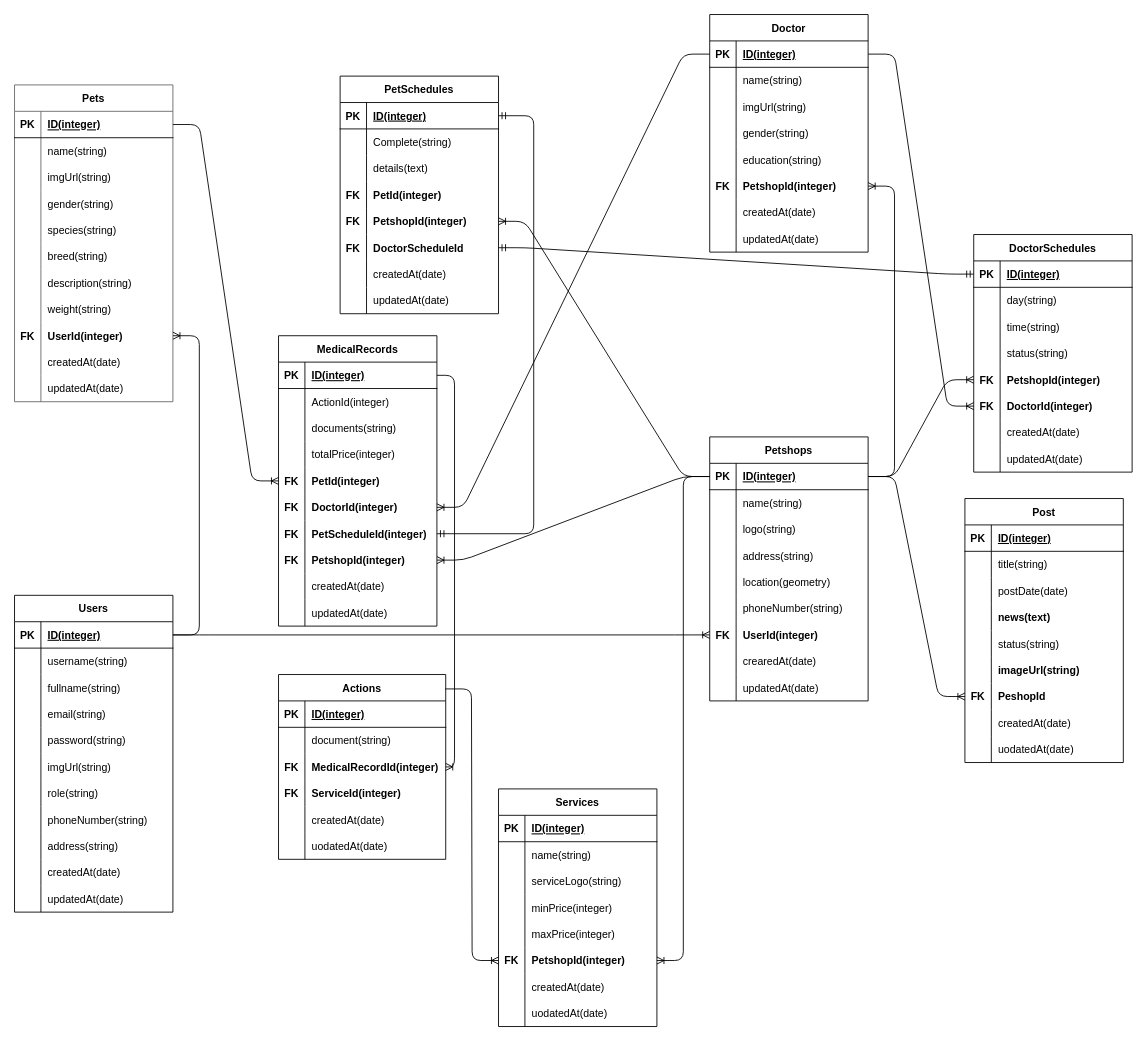
This is petPlus.drawio from Pet-Plus-Hackiv8/fsjs-t1-final-server, a draw.io file, before an edit. Source tidied: cells renumbered, new cells numbered last; positions are measured from the earlier drawing's top-left corner, leaving out a move shared by most shapes. Both pictures are drawn from the tidied source at 88%, with x=0, y=0 at pixel (14, 14).
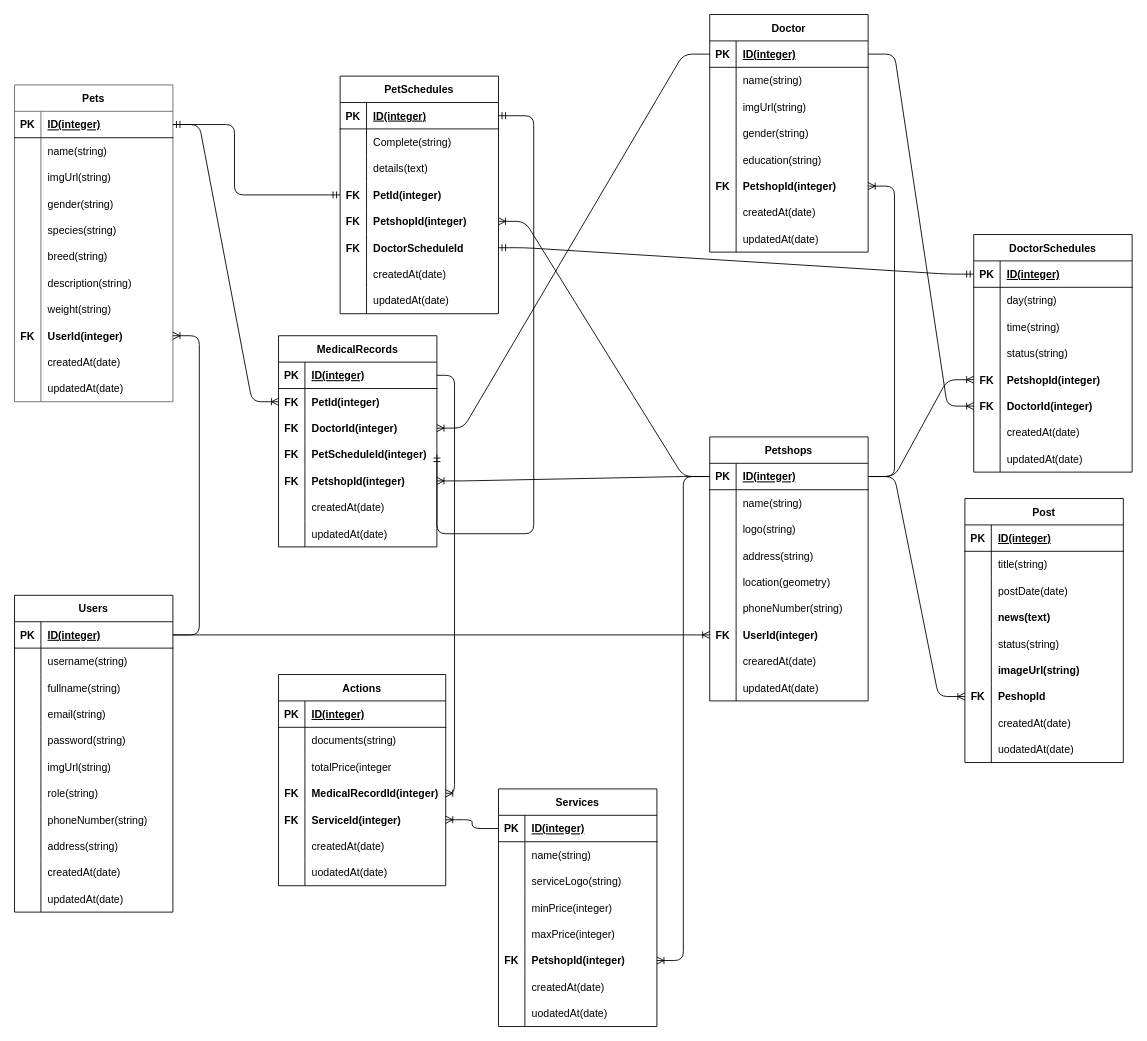
The same diagram, later.

Commit message (it also covers changes not shown here):
edited ERD and planned endpoints

The change refers to these unchanged cells:
```xml
<mxCell id="37" style="shape=tableRow;horizontal=0;startSize=0;swimlaneHead=0;swimlaneBody=0;fillColor=none;points=[[0,0.5],[1,0.5]];portConstraint=eastwest;top=0;left=0;right=0;bottom=1;" parent="36" vertex="1">
  <mxGeometry y="30" width="180" height="30" as="geometry" />
</mxCell>
<mxCell id="133" style="shape=tableRow;horizontal=0;startSize=0;swimlaneHead=0;swimlaneBody=0;fillColor=none;points=[[0,0.5],[1,0.5]];portConstraint=eastwest;top=0;left=0;right=0;bottom=0;" parent="123" vertex="1">
  <mxGeometry y="120" width="180" height="30" as="geometry" />
</mxCell>
<mxCell id="180" style="shape=tableRow;horizontal=0;startSize=0;swimlaneHead=0;swimlaneBody=0;fillColor=none;points=[[0,0.5],[1,0.5]];portConstraint=eastwest;top=0;left=0;right=0;bottom=1;" parent="179" vertex="1">
  <mxGeometry y="30" width="180" height="30" as="geometry" />
</mxCell>
<mxCell id="195" style="shape=tableRow;horizontal=0;startSize=0;swimlaneHead=0;swimlaneBody=0;fillColor=none;points=[[0,0.5],[1,0.5]];portConstraint=eastwest;top=0;left=0;right=0;bottom=0;" parent="179" vertex="1">
  <mxGeometry y="180" width="180" height="30" as="geometry" />
</mxCell>
<mxCell id="273" style="shape=tableRow;horizontal=0;startSize=0;swimlaneHead=0;swimlaneBody=0;fillColor=none;top=0;left=0;right=0;bottom=0;" parent="269" vertex="1">
  <mxGeometry y="60" width="190" height="30" as="geometry" />
</mxCell>
```

Change to the diagram source:
```diff
@@
     <mxCell id="148" value="MedicalRecords" style="shape=table;startSize=30;childLayout=tableLayout;rowLines=0;fontStyle=1;align=center;" parent="1" vertex="1">
-      <mxGeometry x="300" y="365" width="180" height="330" as="geometry" />
+      <mxGeometry x="300" y="365" width="180" height="240" as="geometry" />
     </mxCell>
@@
-    <mxCell id="152" style="shape=tableRow;horizontal=0;startSize=0;swimlaneHead=0;swimlaneBody=0;fillColor=none;top=0;left=0;right=0;bottom=0;" parent="148" vertex="1">
-      <mxGeometry y="60" width="180" height="30" as="geometry" />
-    </mxCell>
-    <mxCell id="153" style="shape=partialRectangle;fillColor=none;top=0;left=0;bottom=0;right=0;overflow=hidden;" parent="152" vertex="1">
-      <mxGeometry width="30" height="30" as="geometry" />
-    </mxCell>
-    <mxCell id="154" value="ActionId(integer)" style="shape=partialRectangle;fillColor=none;top=0;left=0;bottom=0;right=0;align=left;spacingLeft=6;overflow=hidden;" parent="152" vertex="1">
-      <mxGeometry x="30" width="150" height="30" as="geometry" />
-    </mxCell>
-    <mxCell id="155" style="shape=tableRow;horizontal=0;startSize=0;swimlaneHead=0;swimlaneBody=0;fillColor=none;top=0;left=0;right=0;bottom=0;" parent="148" vertex="1">
-      <mxGeometry y="90" width="180" height="30" as="geometry" />
-    </mxCell>
-    <mxCell id="156" style="shape=partialRectangle;fillColor=none;top=0;left=0;bottom=0;right=0;overflow=hidden;" parent="155" vertex="1">
-      <mxGeometry width="30" height="30" as="geometry" />
-    </mxCell>
-    <mxCell id="157" value="documents(string)" style="shape=partialRectangle;fillColor=none;top=0;left=0;bottom=0;right=0;align=left;spacingLeft=6;overflow=hidden;" parent="155" vertex="1">
-      <mxGeometry x="30" width="150" height="30" as="geometry" />
-    </mxCell>
-    <mxCell id="158" style="shape=tableRow;horizontal=0;startSize=0;swimlaneHead=0;swimlaneBody=0;fillColor=none;top=0;left=0;right=0;bottom=0;" parent="148" vertex="1">
-      <mxGeometry y="120" width="180" height="30" as="geometry" />
-    </mxCell>
-    <mxCell id="159" style="shape=partialRectangle;fillColor=none;top=0;left=0;bottom=0;right=0;overflow=hidden;" parent="158" vertex="1">
-      <mxGeometry width="30" height="30" as="geometry" />
-    </mxCell>
-    <mxCell id="160" value="totalPrice(integer)" style="shape=partialRectangle;fillColor=none;top=0;left=0;bottom=0;right=0;align=left;spacingLeft=6;overflow=hidden;" parent="158" vertex="1">
-      <mxGeometry x="30" width="150" height="30" as="geometry" />
-    </mxCell>
     <mxCell id="161" style="shape=tableRow;horizontal=0;startSize=0;swimlaneHead=0;swimlaneBody=0;fillColor=none;points=[[0,0.5],[1,0.5]];portConstraint=eastwest;top=0;left=0;right=0;bottom=0;" parent="148" vertex="1">
-      <mxGeometry y="150" width="180" height="30" as="geometry" />
+      <mxGeometry y="60" width="180" height="30" as="geometry" />
     </mxCell>
@@
     <mxCell id="164" style="shape=tableRow;horizontal=0;startSize=0;swimlaneHead=0;swimlaneBody=0;fillColor=none;points=[[0,0.5],[1,0.5]];portConstraint=eastwest;top=0;left=0;right=0;bottom=0;" parent="148" vertex="1">
-      <mxGeometry y="180" width="180" height="30" as="geometry" />
+      <mxGeometry y="90" width="180" height="30" as="geometry" />
     </mxCell>
@@
     <mxCell id="167" style="shape=tableRow;horizontal=0;startSize=0;swimlaneHead=0;swimlaneBody=0;fillColor=none;points=[[0,0.5],[1,0.5]];portConstraint=eastwest;top=0;left=0;right=0;bottom=0;" parent="148" vertex="1">
-      <mxGeometry y="210" width="180" height="30" as="geometry" />
+      <mxGeometry y="120" width="180" height="30" as="geometry" />
     </mxCell>
@@
     <mxCell id="170" style="shape=tableRow;horizontal=0;startSize=0;swimlaneHead=0;swimlaneBody=0;fillColor=none;points=[[0,0.5],[1,0.5]];portConstraint=eastwest;top=0;left=0;right=0;bottom=0;" parent="148" vertex="1">
-      <mxGeometry y="240" width="180" height="30" as="geometry" />
+      <mxGeometry y="150" width="180" height="30" as="geometry" />
     </mxCell>
@@
     <mxCell id="173" style="shape=tableRow;horizontal=0;startSize=0;swimlaneHead=0;swimlaneBody=0;fillColor=none;top=0;left=0;right=0;bottom=0;" parent="148" vertex="1">
-      <mxGeometry y="270" width="180" height="30" as="geometry" />
+      <mxGeometry y="180" width="180" height="30" as="geometry" />
     </mxCell>
@@
     <mxCell id="176" style="shape=tableRow;horizontal=0;startSize=0;swimlaneHead=0;swimlaneBody=0;fillColor=none;top=0;left=0;right=0;bottom=0;" parent="148" vertex="1">
-      <mxGeometry y="300" width="180" height="30" as="geometry" />
+      <mxGeometry y="210" width="180" height="30" as="geometry" />
     </mxCell>
@@
     <mxCell id="269" value="Actions" style="shape=table;startSize=30;childLayout=tableLayout;rowLines=0;fontStyle=1;align=center;" parent="1" vertex="1">
-      <mxGeometry x="300" y="750" width="190" height="210" as="geometry" />
+      <mxGeometry x="300" y="750" width="190" height="240" as="geometry" />
     </mxCell>
@@
-    <mxCell id="274" style="shape=partialRectangle;fillColor=none;top=0;left=0;bottom=0;right=0;overflow=hidden;" parent="273" vertex="1">
-      <mxGeometry width="30" height="30" as="geometry" />
-    </mxCell>
-    <mxCell id="275" value="document(string)" style="shape=partialRectangle;fillColor=none;top=0;left=0;bottom=0;right=0;align=left;spacingLeft=6;overflow=hidden;" parent="273" vertex="1">
-      <mxGeometry x="30" width="160" height="30" as="geometry" />
-    </mxCell>
+    <mxCell id="291" style="shape=partialRectangle;fillColor=none;top=0;left=0;bottom=0;right=0;overflow=hidden;" parent="273" vertex="1">
+      <mxGeometry width="30" height="30" as="geometry" />
+    </mxCell>
+    <mxCell id="157" value="documents(string)" style="shape=partialRectangle;fillColor=none;top=0;left=0;bottom=0;right=0;align=left;spacingLeft=6;overflow=hidden;" parent="273" vertex="1">
+      <mxGeometry x="30" width="160" height="30" as="geometry" />
+    </mxCell>
+    <mxCell id="292" style="shape=tableRow;horizontal=0;startSize=0;swimlaneHead=0;swimlaneBody=0;fillColor=none;top=0;left=0;right=0;bottom=0;" parent="269" vertex="1">
+      <mxGeometry y="90" width="190" height="30" as="geometry" />
+    </mxCell>
+    <mxCell id="293" style="shape=partialRectangle;fillColor=none;top=0;left=0;bottom=0;right=0;overflow=hidden;" parent="292" vertex="1">
+      <mxGeometry width="30" height="30" as="geometry" />
+    </mxCell>
+    <mxCell id="294" value="totalPrice(integer" style="shape=partialRectangle;fillColor=none;top=0;left=0;bottom=0;right=0;align=left;spacingLeft=6;overflow=hidden;" parent="292" vertex="1">
+      <mxGeometry x="30" width="160" height="30" as="geometry" />
+    </mxCell>
     <mxCell id="276" style="shape=tableRow;horizontal=0;startSize=0;swimlaneHead=0;swimlaneBody=0;fillColor=none;points=[[0,0.5],[1,0.5]];portConstraint=eastwest;top=0;left=0;right=0;bottom=0;fontStyle=0;" parent="269" vertex="1">
-      <mxGeometry y="90" width="190" height="30" as="geometry" />
+      <mxGeometry y="120" width="190" height="30" as="geometry" />
     </mxCell>
@@
     <mxCell id="279" style="shape=tableRow;horizontal=0;startSize=0;swimlaneHead=0;swimlaneBody=0;fillColor=none;points=[[0,0.5],[1,0.5]];portConstraint=eastwest;top=0;left=0;right=0;bottom=0;" parent="269" vertex="1">
-      <mxGeometry y="120" width="190" height="30" as="geometry" />
+      <mxGeometry y="150" width="190" height="30" as="geometry" />
     </mxCell>
@@
     <mxCell id="282" style="shape=tableRow;horizontal=0;startSize=0;swimlaneHead=0;swimlaneBody=0;fillColor=none;top=0;left=0;right=0;bottom=0;" parent="269" vertex="1">
-      <mxGeometry y="150" width="190" height="30" as="geometry" />
+      <mxGeometry y="180" width="190" height="30" as="geometry" />
     </mxCell>
@@
     <mxCell id="285" style="shape=tableRow;horizontal=0;startSize=0;swimlaneHead=0;swimlaneBody=0;fillColor=none;top=0;left=0;right=0;bottom=0;" parent="269" vertex="1">
-      <mxGeometry y="180" width="190" height="30" as="geometry" />
+      <mxGeometry y="210" width="190" height="30" as="geometry" />
     </mxCell>
@@
-    <mxCell id="289" style="edgeStyle=entityRelationEdgeStyle;fontSize=12;html=1;endArrow=ERoneToMany;exitX=0.996;exitY=0.078;exitDx=0;exitDy=0;exitPerimeter=0;entryX=0;entryY=0.5;entryDx=0;entryDy=0;" parent="1" edge="1" source="269" target="195">
+    <mxCell id="289" style="edgeStyle=entityRelationEdgeStyle;fontSize=12;html=1;endArrow=ERoneToMany;exitX=0;exitY=0.5;exitDx=0;exitDy=0;" parent="1" edge="1" source="180" target="279">
       <mxGeometry relative="1" as="geometry" />
     </mxCell>
@@
+    <mxCell id="295" style="edgeStyle=orthogonalEdgeStyle;fontSize=12;html=1;endArrow=ERmandOne;startArrow=ERmandOne;entryX=1;entryY=0.5;entryDx=0;entryDy=0;exitX=0;exitY=0.5;exitDx=0;exitDy=0;" parent="1" edge="1" source="133" target="37">
+      <mxGeometry relative="1" as="geometry">
+        <Array as="points">
+          <mxPoint x="250" y="205" />
+          <mxPoint x="250" y="125" />
+        </Array>
+      </mxGeometry>
+    </mxCell>
```
